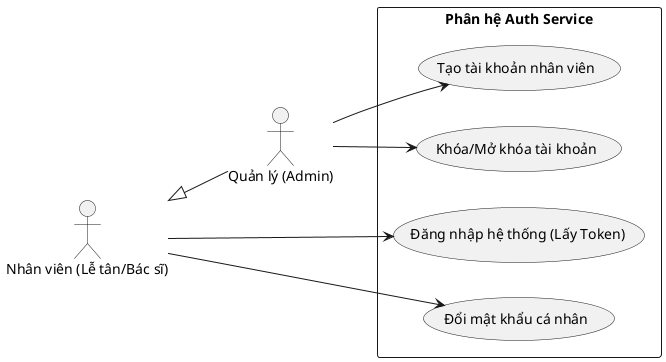
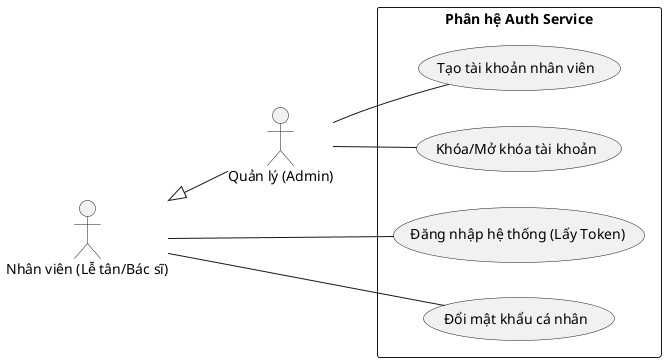
@startuml
left to right direction
skinparam packageStyle rectangle

actor "Nhân viên (Lễ tân/Bác sĩ)" as user
actor "Quản lý (Admin)" as admin

' Kế thừa: Admin cũng là User
admin -up-|> user

package "Phân hệ Auth Service" {
  usecase "Đăng nhập hệ thống (Lấy Token)" as UC_Login
  usecase "Đổi mật khẩu cá nhân" as UC_ChangePass

  usecase "Tạo tài khoản nhân viên" as UC_CreateAccount
  usecase "Khóa/Mở khóa tài khoản" as UC_ManageAccount
}

- user --> UC_Login
- user --> UC_ChangePass
+ user -- UC_Login
+ user -- UC_ChangePass

- admin --> UC_CreateAccount
- admin --> UC_ManageAccount
+ admin -- UC_CreateAccount
+ admin -- UC_ManageAccount
@enduml